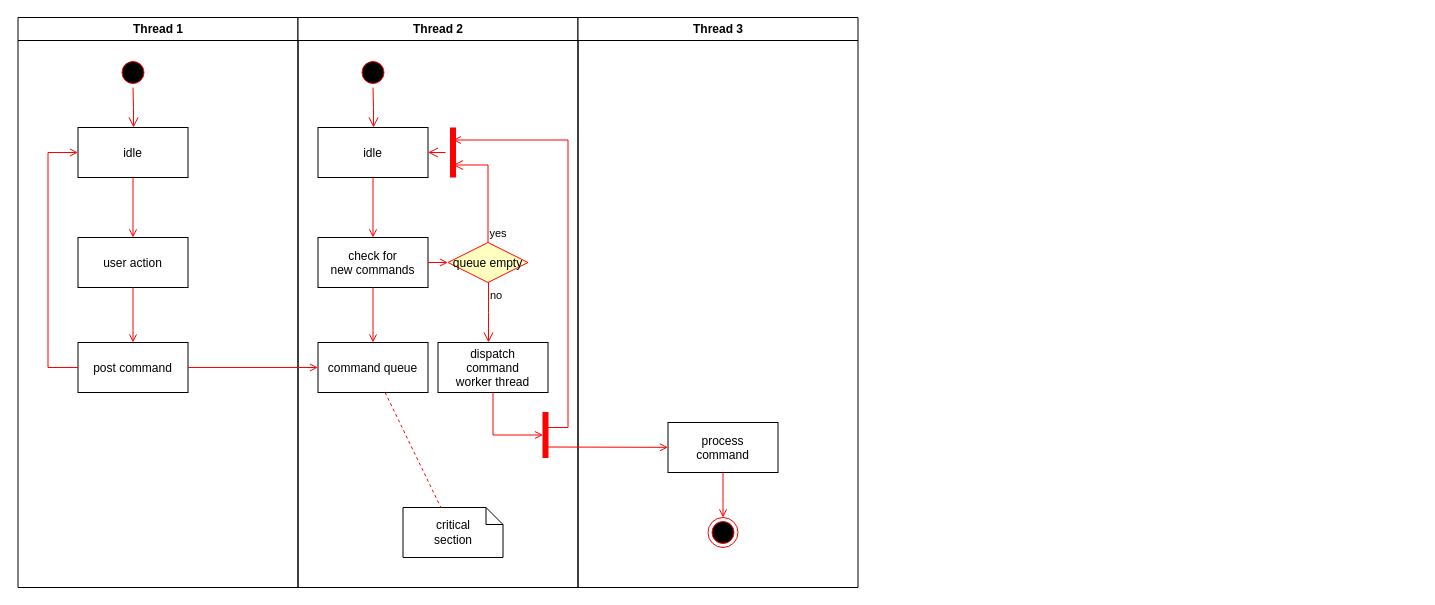
Above: Діаграма без назви.drawio in Narityana/Tutorial (draw.io), before the change. Source tidied: cells renumbered, new cells numbered last; positions are measured from the earlier drawing's top-left corner, leaving out a move shared by most shapes. Both pictures are drawn from the tidied source at 100%, with x=0, y=0 at pixel (17, 17).
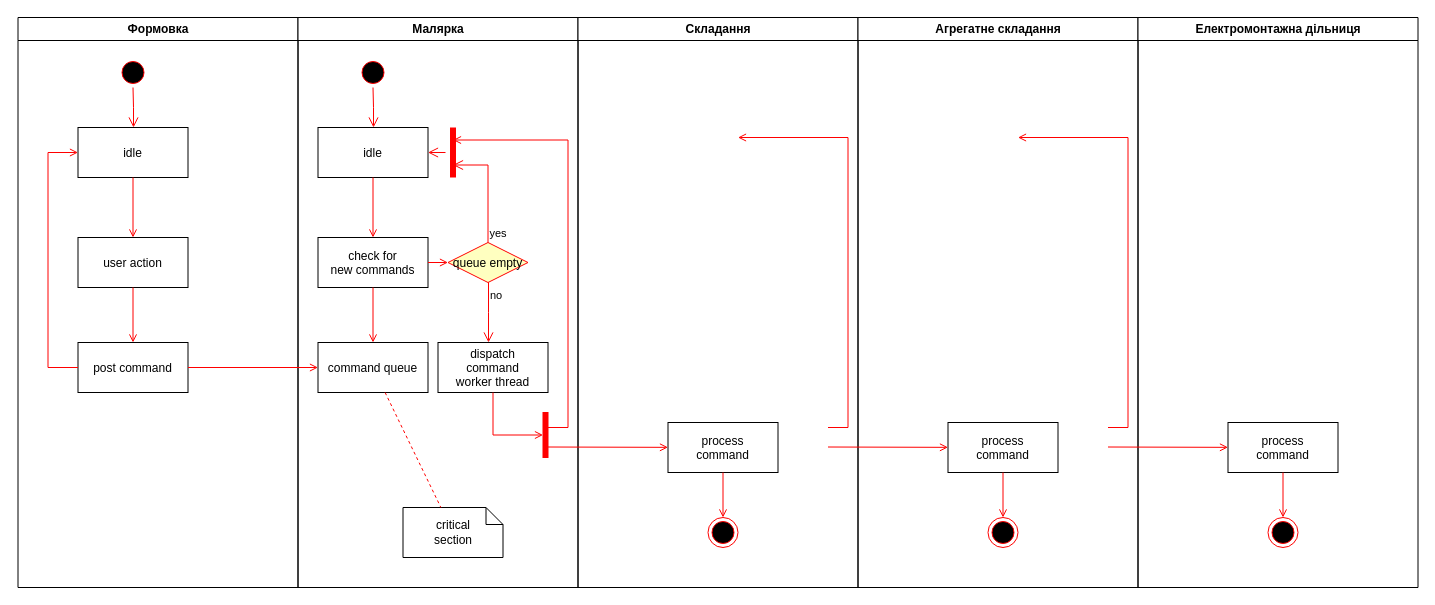
After the change.

What changed in the source:
```diff
@@
-    <mxCell id="2" value="Thread 1" style="swimlane;whiteSpace=wrap;" parent="1" vertex="1">
+    <mxCell id="2" value="Формовка" style="swimlane;whiteSpace=wrap;" parent="1" vertex="1">
       <mxGeometry x="0.5" width="280" height="570" as="geometry" />
     </mxCell>
@@
-    <mxCell id="11" value="Thread 2" style="swimlane;whiteSpace=wrap;" parent="1" vertex="1">
+    <mxCell id="11" value="Малярка" style="swimlane;whiteSpace=wrap;" parent="1" vertex="1">
       <mxGeometry x="280.5" width="280" height="570" as="geometry" />
     </mxCell>
@@
-    <mxCell id="30" value="Thread 3" style="swimlane;whiteSpace=wrap;" parent="1" vertex="1">
+    <mxCell id="30" value="Складання" style="swimlane;whiteSpace=wrap;" parent="1" vertex="1">
       <mxGeometry x="560.5" width="280" height="570" as="geometry" />
     </mxCell>
@@
+    <mxCell id="37" value="Агрегатне складання" style="swimlane;whiteSpace=wrap;" parent="1" vertex="1">
+      <mxGeometry x="840.5" width="280" height="570" as="geometry" />
+    </mxCell>
+    <mxCell id="38" value="process&#10;command" parent="37" vertex="1">
+      <mxGeometry x="90" y="405" width="110" height="50" as="geometry" />
+    </mxCell>
+    <mxCell id="39" style="edgeStyle=elbowEdgeStyle;elbow=horizontal;strokeColor=#FF0000;endArrow=open;endFill=1;rounded=0;entryX=0.25;entryY=0.5;entryPerimeter=0;" parent="37" edge="1">
+      <mxGeometry relative="1" as="geometry">
+        <mxPoint x="-30" y="410" as="sourcePoint" />
+        <mxPoint x="-120" y="120" as="targetPoint" />
+        <Array as="points">
+          <mxPoint x="-10" y="135" />
+        </Array>
+      </mxGeometry>
+    </mxCell>
+    <mxCell id="40" style="edgeStyle=none;strokeColor=#FF0000;endArrow=open;endFill=1;rounded=0;" parent="37" edge="1" target="38">
+      <mxGeometry relative="1" as="geometry">
+        <mxPoint x="-30" y="429.5" as="sourcePoint" />
+      </mxGeometry>
+    </mxCell>
+    <mxCell id="41" style="ellipse;shape=endState;fillColor=#000000;strokeColor=#ff0000;" parent="37" vertex="1">
+      <mxGeometry x="130" y="500" width="30" height="30" as="geometry" />
+    </mxCell>
+    <mxCell id="42" style="endArrow=open;strokeColor=#FF0000;endFill=1;rounded=0;" parent="37" edge="1" source="38" target="41">
+      <mxGeometry relative="1" as="geometry" />
+    </mxCell>
+    <mxCell id="43" value="Електромонтажна дільниця" style="swimlane;whiteSpace=wrap;" parent="1" vertex="1">
+      <mxGeometry x="1120.5" width="280" height="570" as="geometry" />
+    </mxCell>
+    <mxCell id="44" value="process&#10;command" parent="43" vertex="1">
+      <mxGeometry x="90" y="405" width="110" height="50" as="geometry" />
+    </mxCell>
+    <mxCell id="45" style="edgeStyle=elbowEdgeStyle;elbow=horizontal;strokeColor=#FF0000;endArrow=open;endFill=1;rounded=0;entryX=0.25;entryY=0.5;entryPerimeter=0;" parent="43" edge="1">
+      <mxGeometry relative="1" as="geometry">
+        <mxPoint x="-30" y="410" as="sourcePoint" />
+        <mxPoint x="-120" y="120" as="targetPoint" />
+        <Array as="points">
+          <mxPoint x="-10" y="135" />
+        </Array>
+      </mxGeometry>
+    </mxCell>
+    <mxCell id="46" style="edgeStyle=none;strokeColor=#FF0000;endArrow=open;endFill=1;rounded=0;" parent="43" edge="1" target="44">
+      <mxGeometry relative="1" as="geometry">
+        <mxPoint x="-30" y="429.5" as="sourcePoint" />
+      </mxGeometry>
+    </mxCell>
+    <mxCell id="47" style="ellipse;shape=endState;fillColor=#000000;strokeColor=#ff0000;" parent="43" vertex="1">
+      <mxGeometry x="130" y="500" width="30" height="30" as="geometry" />
+    </mxCell>
+    <mxCell id="48" style="endArrow=open;strokeColor=#FF0000;endFill=1;rounded=0;" parent="43" edge="1" source="44" target="47">
+      <mxGeometry relative="1" as="geometry" />
+    </mxCell>
```
